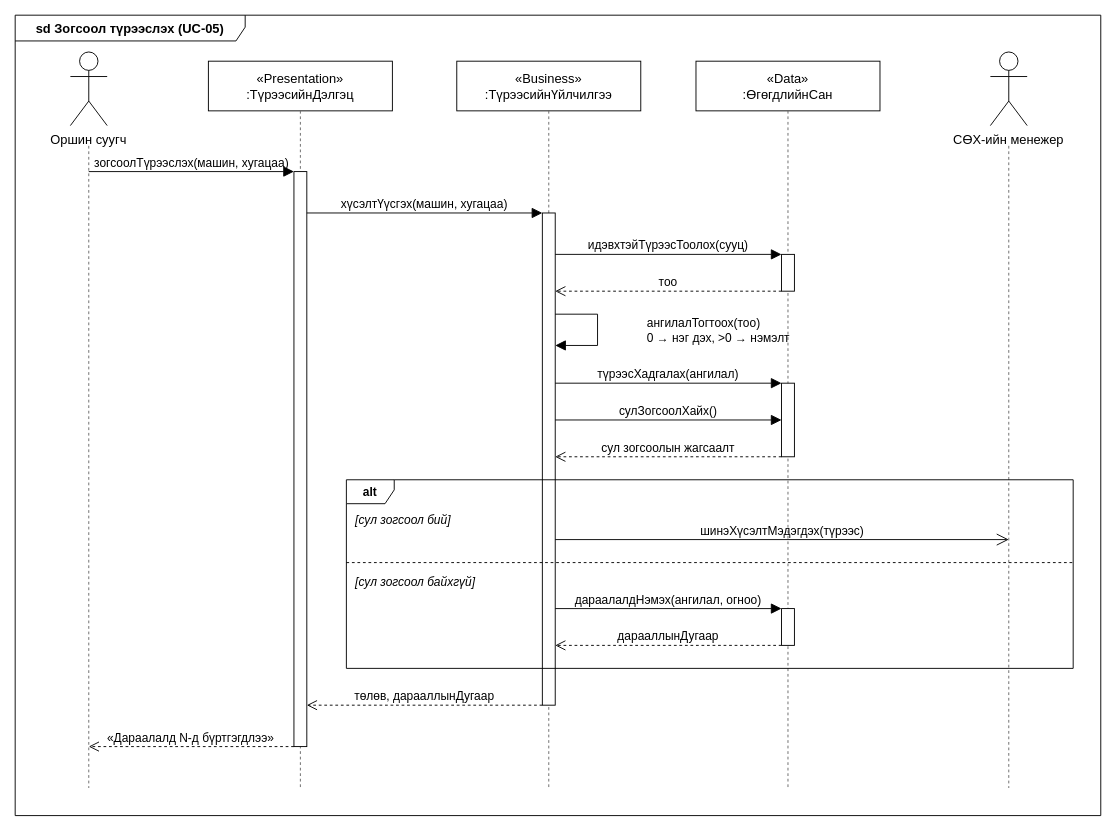
Earlier version of the draw.io diagram docs/drawio/lab5-sequence.drawio (Uuganaaa12/suh-burtgel). Source tidied: cells renumbered, new cells numbered last; positions are measured from the earlier drawing's top-left corner, leaving out a move shared by most shapes. Both pictures are drawn from the tidied source at 92%, with x=0, y=0 at pixel (15, 15).
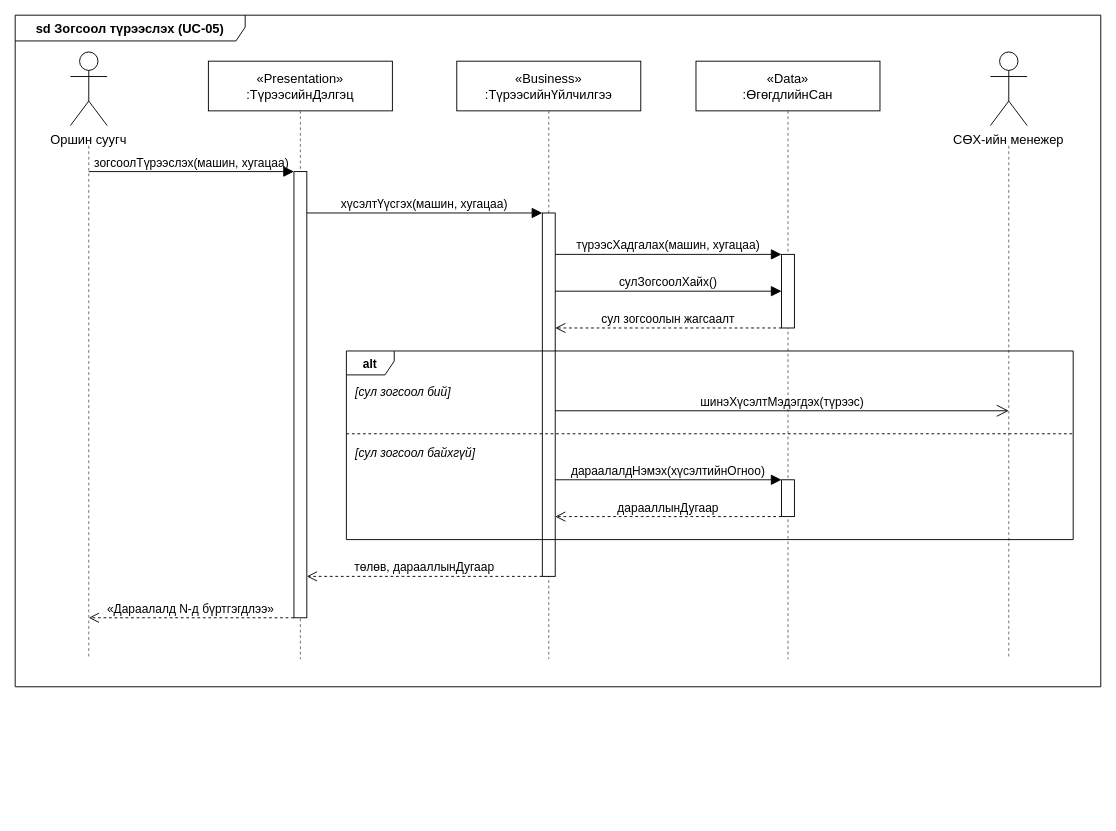
The same page after the edit.

Commit message (it also covers changes not shown here):
Лаб 5: Class, Sequence диаграмыг хүсэлтийн дарааллын дүрэмд тааруулав

Diff of the diagram source:
```diff
@@
     <mxCell id="2" value="sd Зогсоол түрээслэх (UC-05)" style="html=0;whiteSpace=nowrap;fontFamily=Helvetica;shape=umlFrame;width=250;height=28;fontStyle=1;fillColor=none;fontSize=14;" parent="1" vertex="1">
-      <mxGeometry width="1180" height="870" as="geometry" />
+      <mxGeometry width="1180" height="730" as="geometry" />
     </mxCell>
@@
     <mxCell id="4" style="html=0;rounded=0;fontFamily=Helvetica;fontSize=13;endArrow=none;dashed=1;strokeColor=#666666;" parent="1" edge="1">
       <mxGeometry relative="1" as="geometry">
         <mxPoint x="80" y="142" as="sourcePoint" />
-        <mxPoint x="80" y="840" as="targetPoint" />
+        <mxPoint x="80" y="700" as="targetPoint" />
       </mxGeometry>
     </mxCell>
@@
     <mxCell id="6" style="html=0;rounded=0;fontFamily=Helvetica;fontSize=13;endArrow=none;dashed=1;strokeColor=#666666;" parent="1" edge="1">
       <mxGeometry relative="1" as="geometry">
         <mxPoint x="310" y="104" as="sourcePoint" />
-        <mxPoint x="310" y="840" as="targetPoint" />
+        <mxPoint x="310" y="700" as="targetPoint" />
       </mxGeometry>
     </mxCell>
@@
     <mxCell id="8" style="html=0;rounded=0;fontFamily=Helvetica;fontSize=13;endArrow=none;dashed=1;strokeColor=#666666;" parent="1" edge="1">
       <mxGeometry relative="1" as="geometry">
         <mxPoint x="580" y="104" as="sourcePoint" />
-        <mxPoint x="580" y="840" as="targetPoint" />
+        <mxPoint x="580" y="700" as="targetPoint" />
       </mxGeometry>
     </mxCell>
@@
     <mxCell id="10" style="html=0;rounded=0;fontFamily=Helvetica;fontSize=13;endArrow=none;dashed=1;strokeColor=#666666;" parent="1" edge="1">
       <mxGeometry relative="1" as="geometry">
         <mxPoint x="840" y="104" as="sourcePoint" />
-        <mxPoint x="840" y="840" as="targetPoint" />
+        <mxPoint x="840" y="700" as="targetPoint" />
       </mxGeometry>
     </mxCell>
@@
     <mxCell id="12" style="html=0;rounded=0;fontFamily=Helvetica;fontSize=13;endArrow=none;dashed=1;strokeColor=#666666;" parent="1" edge="1">
       <mxGeometry relative="1" as="geometry">
         <mxPoint x="1080" y="142" as="sourcePoint" />
-        <mxPoint x="1080" y="840" as="targetPoint" />
+        <mxPoint x="1080" y="700" as="targetPoint" />
       </mxGeometry>
     </mxCell>
     <mxCell id="13" style="html=0;whiteSpace=nowrap;fontFamily=Helvetica;rounded=0;fillColor=#ffffff;" parent="1" vertex="1">
-      <mxGeometry x="303" y="170" width="14" height="625" as="geometry" />
+      <mxGeometry x="303" y="170" width="14" height="485" as="geometry" />
     </mxCell>
     <mxCell id="14" style="html=0;whiteSpace=nowrap;fontFamily=Helvetica;rounded=0;fillColor=#ffffff;" parent="1" vertex="1">
-      <mxGeometry x="573" y="215" width="14" height="535" as="geometry" />
+      <mxGeometry x="573" y="215" width="14" height="395" as="geometry" />
     </mxCell>
     <mxCell id="15" style="html=0;whiteSpace=nowrap;fontFamily=Helvetica;rounded=0;fillColor=#ffffff;" parent="1" vertex="1">
-      <mxGeometry x="833" y="260" width="14" height="40" as="geometry" />
+      <mxGeometry x="833" y="260" width="14" height="80" as="geometry" />
     </mxCell>
     <mxCell id="16" style="html=0;whiteSpace=nowrap;fontFamily=Helvetica;rounded=0;fillColor=#ffffff;" parent="1" vertex="1">
-      <mxGeometry x="833" y="400" width="14" height="80" as="geometry" />
+      <mxGeometry x="833" y="505" width="14" height="40" as="geometry" />
     </mxCell>
-    <mxCell id="17" style="html=0;whiteSpace=nowrap;fontFamily=Helvetica;rounded=0;fillColor=#ffffff;" parent="1" vertex="1">
-      <mxGeometry x="833" y="645" width="14" height="40" as="geometry" />
+    <mxCell id="17" value="зогсоолТүрээслэх(машин, хугацаа)" style="html=0;rounded=0;fontFamily=Helvetica;fontSize=13;endArrow=block;endFill=1;endSize=9;verticalAlign=bottom;labelBackgroundColor=none;fontSize=13;" parent="1" edge="1">
+      <mxGeometry relative="1" as="geometry">
+        <mxPoint x="80" y="170" as="sourcePoint" />
+        <mxPoint x="303" y="170" as="targetPoint" />
+      </mxGeometry>
     </mxCell>
-    <mxCell id="18" value="зогсоолТүрээслэх(машин, хугацаа)" style="html=0;rounded=0;fontFamily=Helvetica;fontSize=13;endArrow=block;endFill=1;endSize=9;verticalAlign=bottom;labelBackgroundColor=none;fontSize=13;" parent="1" edge="1">
+    <mxCell id="18" value="хүсэлтҮүсгэх(машин, хугацаа)" style="html=0;rounded=0;fontFamily=Helvetica;fontSize=13;endArrow=block;endFill=1;endSize=9;verticalAlign=bottom;labelBackgroundColor=none;fontSize=13;" parent="1" edge="1">
       <mxGeometry relative="1" as="geometry">
-        <mxPoint x="80" y="170" as="sourcePoint" />
-        <mxPoint x="303" y="170" as="targetPoint" />
+        <mxPoint x="317" y="215" as="sourcePoint" />
+        <mxPoint x="573" y="215" as="targetPoint" />
       </mxGeometry>
     </mxCell>
-    <mxCell id="19" value="хүсэлтҮүсгэх(машин, хугацаа)" style="html=0;rounded=0;fontFamily=Helvetica;fontSize=13;endArrow=block;endFill=1;endSize=9;verticalAlign=bottom;labelBackgroundColor=none;fontSize=13;" parent="1" edge="1">
+    <mxCell id="19" value="түрээсХадгалах(машин, хугацаа)" style="html=0;rounded=0;fontFamily=Helvetica;fontSize=13;endArrow=block;endFill=1;endSize=9;verticalAlign=bottom;labelBackgroundColor=none;fontSize=13;" parent="1" edge="1">
       <mxGeometry relative="1" as="geometry">
-        <mxPoint x="317" y="215" as="sourcePoint" />
-        <mxPoint x="573" y="215" as="targetPoint" />
+        <mxPoint x="587" y="260" as="sourcePoint" />
+        <mxPoint x="833" y="260" as="targetPoint" />
       </mxGeometry>
     </mxCell>
-    <mxCell id="20" value="идэвхтэйТүрээсТоолох(сууц)" style="html=0;rounded=0;fontFamily=Helvetica;fontSize=13;endArrow=block;endFill=1;endSize=9;verticalAlign=bottom;labelBackgroundColor=none;fontSize=13;" parent="1" edge="1">
+    <mxCell id="20" value="сулЗогсоолХайх()" style="html=0;rounded=0;fontFamily=Helvetica;fontSize=13;endArrow=block;endFill=1;endSize=9;verticalAlign=bottom;labelBackgroundColor=none;fontSize=13;" parent="1" edge="1">
       <mxGeometry relative="1" as="geometry">
-        <mxPoint x="587" y="260" as="sourcePoint" />
-        <mxPoint x="833" y="260" as="targetPoint" />
+        <mxPoint x="587" y="300" as="sourcePoint" />
+        <mxPoint x="833" y="300" as="targetPoint" />
       </mxGeometry>
     </mxCell>
-    <mxCell id="21" value="тоо" style="html=0;rounded=0;fontFamily=Helvetica;fontSize=13;dashed=1;endArrow=open;endSize=9;verticalAlign=bottom;labelBackgroundColor=none;fontSize=13;" parent="1" edge="1">
+    <mxCell id="21" value="сул зогсоолын жагсаалт" style="html=0;rounded=0;fontFamily=Helvetica;fontSize=13;dashed=1;endArrow=open;endSize=9;verticalAlign=bottom;labelBackgroundColor=none;fontSize=13;" parent="1" edge="1">
       <mxGeometry relative="1" as="geometry">
-        <mxPoint x="833" y="300" as="sourcePoint" />
-        <mxPoint x="587" y="300" as="targetPoint" />
+        <mxPoint x="833" y="340" as="sourcePoint" />
+        <mxPoint x="587" y="340" as="targetPoint" />
       </mxGeometry>
     </mxCell>
-    <mxCell id="22" value="ангилалТогтоох(тоо)&#10;0 → нэг дэх, &gt;0 → нэмэлт" style="html=0;rounded=0;fontFamily=Helvetica;fontSize=13;endArrow=block;endFill=1;endSize=9;align=left;verticalAlign=middle;labelBackgroundColor=none;fontSize=13;spacingLeft=52;" parent="1" edge="1">
-      <mxGeometry relative="1" as="geometry">
-        <mxPoint x="587" y="325" as="sourcePoint" />
-        <mxPoint x="587" y="359" as="targetPoint" />
-        <Array as="points">
-          <mxPoint x="633" y="325" />
-          <mxPoint x="633" y="359" />
-        </Array>
-      </mxGeometry>
+    <mxCell id="22" value="alt" style="html=0;whiteSpace=nowrap;fontFamily=Helvetica;shape=umlFrame;width=52;height=26;fontStyle=1;fillColor=none;fontSize=13;" parent="1" vertex="1">
+      <mxGeometry x="360" y="365" width="790" height="205" as="geometry" />
     </mxCell>
-    <mxCell id="23" value="түрээсХадгалах(ангилал)" style="html=0;rounded=0;fontFamily=Helvetica;fontSize=13;endArrow=block;endFill=1;endSize=9;verticalAlign=bottom;labelBackgroundColor=none;fontSize=13;" parent="1" edge="1">
-      <mxGeometry relative="1" as="geometry">
-        <mxPoint x="587" y="400" as="sourcePoint" />
-        <mxPoint x="833" y="400" as="targetPoint" />
-      </mxGeometry>
+    <mxCell id="23" value="[сул зогсоол бий]" style="html=0;whiteSpace=nowrap;fontFamily=Helvetica;text;align=left;verticalAlign=top;fontSize=13;fontStyle=2;" parent="1" vertex="1">
+      <mxGeometry x="368" y="395" width="10" height="20" as="geometry" />
     </mxCell>
-    <mxCell id="24" value="сулЗогсоолХайх()" style="html=0;rounded=0;fontFamily=Helvetica;fontSize=13;endArrow=block;endFill=1;endSize=9;verticalAlign=bottom;labelBackgroundColor=none;fontSize=13;" parent="1" edge="1">
-      <mxGeometry relative="1" as="geometry">
-        <mxPoint x="587" y="440" as="sourcePoint" />
-        <mxPoint x="833" y="440" as="targetPoint" />
-      </mxGeometry>
+    <mxCell id="24" value="[сул зогсоол байхгүй]" style="html=0;whiteSpace=nowrap;fontFamily=Helvetica;text;align=left;verticalAlign=top;fontSize=13;fontStyle=2;" parent="1" vertex="1">
+      <mxGeometry x="368" y="462" width="10" height="20" as="geometry" />
     </mxCell>
-    <mxCell id="25" value="сул зогсоолын жагсаалт" style="html=0;rounded=0;fontFamily=Helvetica;fontSize=13;dashed=1;endArrow=open;endSize=9;verticalAlign=bottom;labelBackgroundColor=none;fontSize=13;" parent="1" edge="1">
+    <mxCell id="25" style="html=0;rounded=0;fontFamily=Helvetica;fontSize=13;endArrow=none;dashed=1;" parent="1" edge="1">
       <mxGeometry relative="1" as="geometry">
-        <mxPoint x="833" y="480" as="sourcePoint" />
-        <mxPoint x="587" y="480" as="targetPoint" />
+        <mxPoint x="360" y="455" as="sourcePoint" />
+        <mxPoint x="1150" y="455" as="targetPoint" />
       </mxGeometry>
     </mxCell>
-    <mxCell id="26" value="alt" style="html=0;whiteSpace=nowrap;fontFamily=Helvetica;shape=umlFrame;width=52;height=26;fontStyle=1;fillColor=none;fontSize=13;" parent="1" vertex="1">
-      <mxGeometry x="360" y="505" width="790" height="205" as="geometry" />
+    <mxCell id="26" value="шинэХүсэлтМэдэгдэх(түрээс)" style="html=0;rounded=0;fontFamily=Helvetica;fontSize=13;endArrow=open;endFill=0;endSize=11;verticalAlign=bottom;labelBackgroundColor=none;fontSize=13;" parent="1" edge="1">
+      <mxGeometry relative="1" as="geometry">
+        <mxPoint x="587" y="430" as="sourcePoint" />
+        <mxPoint x="1080" y="430" as="targetPoint" />
+      </mxGeometry>
     </mxCell>
-    <mxCell id="27" value="[сул зогсоол бий]" style="html=0;whiteSpace=nowrap;fontFamily=Helvetica;text;align=left;verticalAlign=top;fontSize=13;fontStyle=2;" parent="1" vertex="1">
-      <mxGeometry x="368" y="535" width="10" height="20" as="geometry" />
+    <mxCell id="27" value="дараалалдНэмэх(хүсэлтийнОгноо)" style="html=0;rounded=0;fontFamily=Helvetica;fontSize=13;endArrow=block;endFill=1;endSize=9;verticalAlign=bottom;labelBackgroundColor=none;fontSize=13;" parent="1" edge="1">
+      <mxGeometry relative="1" as="geometry">
+        <mxPoint x="587" y="505" as="sourcePoint" />
+        <mxPoint x="833" y="505" as="targetPoint" />
+      </mxGeometry>
     </mxCell>
-    <mxCell id="28" value="[сул зогсоол байхгүй]" style="html=0;whiteSpace=nowrap;fontFamily=Helvetica;text;align=left;verticalAlign=top;fontSize=13;fontStyle=2;" parent="1" vertex="1">
-      <mxGeometry x="368" y="602" width="10" height="20" as="geometry" />
+    <mxCell id="28" value="дарааллынДугаар" style="html=0;rounded=0;fontFamily=Helvetica;fontSize=13;dashed=1;endArrow=open;endSize=9;verticalAlign=bottom;labelBackgroundColor=none;fontSize=13;" parent="1" edge="1">
+      <mxGeometry relative="1" as="geometry">
+        <mxPoint x="833" y="545" as="sourcePoint" />
+        <mxPoint x="587" y="545" as="targetPoint" />
+      </mxGeometry>
     </mxCell>
-    <mxCell id="29" style="html=0;rounded=0;fontFamily=Helvetica;fontSize=13;endArrow=none;dashed=1;" parent="1" edge="1">
+    <mxCell id="29" value="төлөв, дарааллынДугаар" style="html=0;rounded=0;fontFamily=Helvetica;fontSize=13;dashed=1;endArrow=open;endSize=9;verticalAlign=bottom;labelBackgroundColor=none;fontSize=13;" parent="1" edge="1">
       <mxGeometry relative="1" as="geometry">
-        <mxPoint x="360" y="595" as="sourcePoint" />
-        <mxPoint x="1150" y="595" as="targetPoint" />
+        <mxPoint x="573" y="610" as="sourcePoint" />
+        <mxPoint x="317" y="610" as="targetPoint" />
       </mxGeometry>
     </mxCell>
-    <mxCell id="30" value="шинэХүсэлтМэдэгдэх(түрээс)" style="html=0;rounded=0;fontFamily=Helvetica;fontSize=13;endArrow=open;endFill=0;endSize=11;verticalAlign=bottom;labelBackgroundColor=none;fontSize=13;" parent="1" edge="1">
+    <mxCell id="30" value="«Дараалалд N-д бүртгэгдлээ»" style="html=0;rounded=0;fontFamily=Helvetica;fontSize=13;dashed=1;endArrow=open;endSize=9;verticalAlign=bottom;labelBackgroundColor=none;fontSize=13;" parent="1" edge="1">
       <mxGeometry relative="1" as="geometry">
-        <mxPoint x="587" y="570" as="sourcePoint" />
-        <mxPoint x="1080" y="570" as="targetPoint" />
+        <mxPoint x="303" y="655" as="sourcePoint" />
+        <mxPoint x="80" y="655" as="targetPoint" />
       </mxGeometry>
     </mxCell>
-    <mxCell id="31" value="дараалалдНэмэх(ангилал, огноо)" style="html=0;rounded=0;fontFamily=Helvetica;fontSize=13;endArrow=block;endFill=1;endSize=9;verticalAlign=bottom;labelBackgroundColor=none;fontSize=13;" parent="1" edge="1">
-      <mxGeometry relative="1" as="geometry">
-        <mxPoint x="587" y="645" as="sourcePoint" />
-        <mxPoint x="833" y="645" as="targetPoint" />
-      </mxGeometry>
-    </mxCell>
-    <mxCell id="32" value="дарааллынДугаар" style="html=0;rounded=0;fontFamily=Helvetica;fontSize=13;dashed=1;endArrow=open;endSize=9;verticalAlign=bottom;labelBackgroundColor=none;fontSize=13;" parent="1" edge="1">
-      <mxGeometry relative="1" as="geometry">
-        <mxPoint x="833" y="685" as="sourcePoint" />
-        <mxPoint x="587" y="685" as="targetPoint" />
-      </mxGeometry>
-    </mxCell>
-    <mxCell id="33" value="төлөв, дарааллынДугаар" style="html=0;rounded=0;fontFamily=Helvetica;fontSize=13;dashed=1;endArrow=open;endSize=9;verticalAlign=bottom;labelBackgroundColor=none;fontSize=13;" parent="1" edge="1">
-      <mxGeometry relative="1" as="geometry">
-        <mxPoint x="573" y="750" as="sourcePoint" />
-        <mxPoint x="317" y="750" as="targetPoint" />
-      </mxGeometry>
-    </mxCell>
-    <mxCell id="34" value="«Дараалалд N-д бүртгэгдлээ»" style="html=0;rounded=0;fontFamily=Helvetica;fontSize=13;dashed=1;endArrow=open;endSize=9;verticalAlign=bottom;labelBackgroundColor=none;fontSize=13;" parent="1" edge="1">
-      <mxGeometry relative="1" as="geometry">
-        <mxPoint x="303" y="795" as="sourcePoint" />
-        <mxPoint x="80" y="795" as="targetPoint" />
-      </mxGeometry>
-    </mxCell>
```
